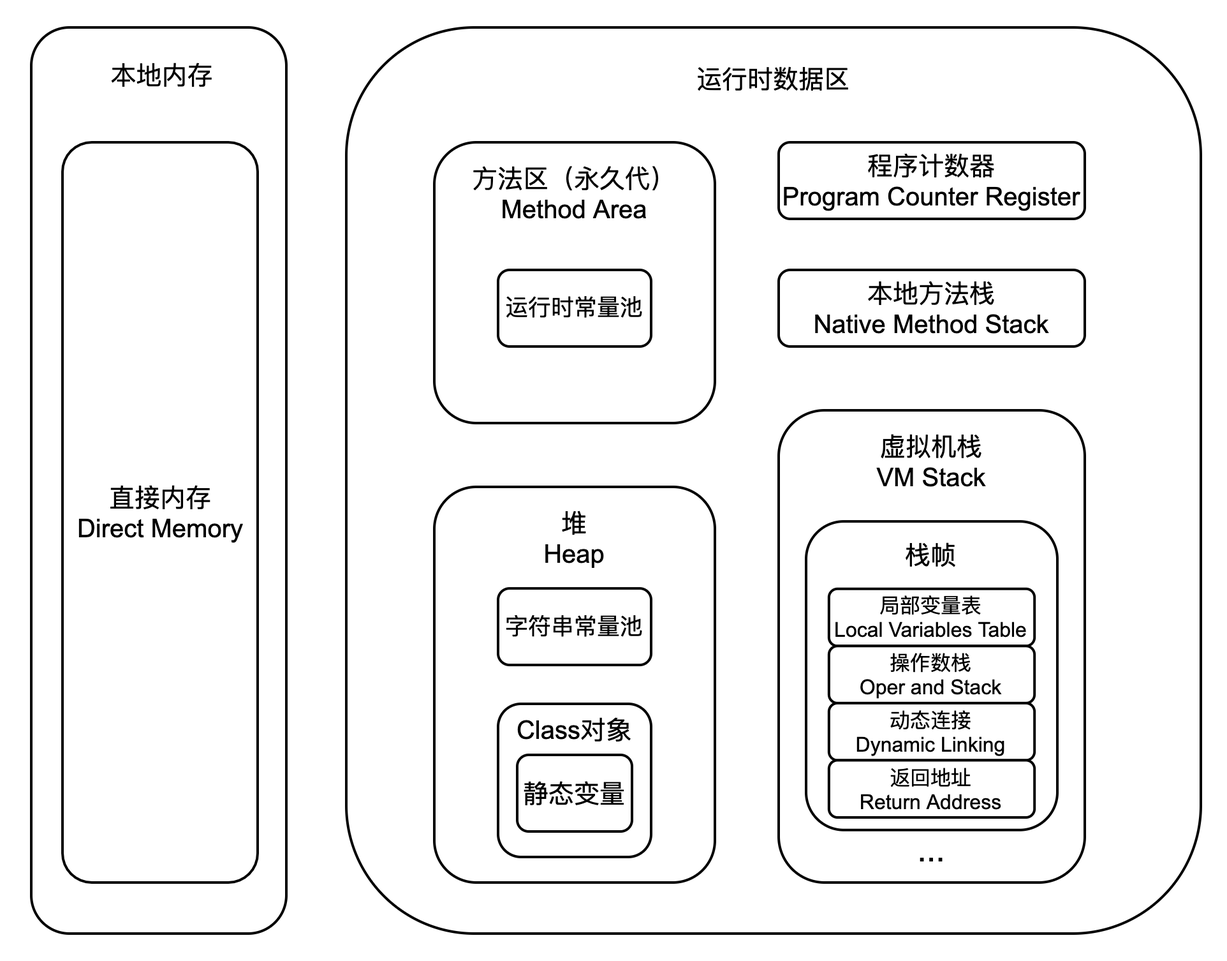
Before: src/notes/jvm/image/JVM内存区域-JDK1.7.png, a diagram exported from draw.io (piaolingluo/piaolingluo.github.io). Source tidied: cells renumbered, new cells last; positions are measured from the earlier drawing's top-left corner, leaving out a move shared by most shapes. Source of this version:
```xml
<mxGraphModel>
  <root>
    <mxCell id="0" />
    <mxCell id="1" parent="0" />
    <mxCell id="2" style="rounded=1;whiteSpace=wrap;html=1;fontSize=20;" parent="1" vertex="1">
      <mxGeometry x="250" width="670" height="710" as="geometry" />
    </mxCell>
    <mxCell id="3" style="group;" parent="1" vertex="1">
      <mxGeometry x="319" y="360" width="220" height="310" as="geometry" />
    </mxCell>
    <mxCell id="4" style="rounded=1;whiteSpace=wrap;html=1;" parent="3" vertex="1">
      <mxGeometry width="220" height="310" as="geometry" />
    </mxCell>
    <mxCell id="5" value="&lt;font style=&quot;font-size: 20px&quot;&gt;堆&lt;br&gt;Heap&lt;br&gt;&lt;/font&gt;" style="text;html=1;strokeColor=none;fillColor=none;align=center;verticalAlign=middle;whiteSpace=wrap;rounded=0;" parent="3" vertex="1">
      <mxGeometry x="50" width="120" height="79.5" as="geometry" />
    </mxCell>
    <mxCell id="6" style="rounded=1;whiteSpace=wrap;html=1;fontSize=20;" parent="3" vertex="1">
      <mxGeometry x="50" y="170" width="120" height="120" as="geometry" />
    </mxCell>
    <mxCell id="7" style="group;" parent="3" vertex="1">
      <mxGeometry x="25" y="79.5" width="170" height="60" as="geometry" />
    </mxCell>
    <mxCell id="8" style="rounded=1;whiteSpace=wrap;html=1;" parent="7" vertex="1">
      <mxGeometry x="25" width="120" height="60" as="geometry" />
    </mxCell>
    <mxCell id="9" value="&lt;font style=&quot;font-size: 18px&quot;&gt;字符串常量池&lt;/font&gt;" style="text;html=1;strokeColor=none;fillColor=none;align=center;verticalAlign=middle;whiteSpace=wrap;rounded=0;" parent="7" vertex="1">
      <mxGeometry width="170" height="60" as="geometry" />
    </mxCell>
    <mxCell id="10" value="Class对象" style="text;html=1;strokeColor=none;fillColor=none;align=center;verticalAlign=middle;whiteSpace=wrap;rounded=0;fontSize=20;" parent="3" vertex="1">
      <mxGeometry x="50" y="160" width="120" height="60" as="geometry" />
    </mxCell>
    <mxCell id="11" value="静态变量" style="rounded=1;whiteSpace=wrap;html=1;fontSize=20;" parent="3" vertex="1">
      <mxGeometry x="65" y="210" width="90" height="60" as="geometry" />
    </mxCell>
    <mxCell id="12" style="group;" parent="1" vertex="1">
      <mxGeometry x="319" y="90" width="220" height="220" as="geometry" />
    </mxCell>
    <mxCell id="13" style="rounded=1;whiteSpace=wrap;html=1;" parent="12" vertex="1">
      <mxGeometry width="220" height="220" as="geometry" />
    </mxCell>
    <mxCell id="14" value="&lt;font style=&quot;font-size: 20px&quot;&gt;方法区（永久代）&lt;br&gt;Method Area&lt;br&gt;&lt;/font&gt;" style="text;html=1;strokeColor=none;fillColor=none;align=center;verticalAlign=middle;whiteSpace=wrap;rounded=0;" parent="12" vertex="1">
      <mxGeometry x="15" y="10" width="190" height="60" as="geometry" />
    </mxCell>
    <mxCell id="15" style="group;" parent="12" vertex="1">
      <mxGeometry x="25" y="100" width="170" height="60" as="geometry" />
    </mxCell>
    <mxCell id="16" style="rounded=1;whiteSpace=wrap;html=1;" parent="15" vertex="1">
      <mxGeometry x="25" width="120" height="60" as="geometry" />
    </mxCell>
    <mxCell id="17" value="&lt;font style=&quot;font-size: 18px&quot;&gt;运行时常量池&lt;/font&gt;" style="text;html=1;strokeColor=none;fillColor=none;align=center;verticalAlign=middle;whiteSpace=wrap;rounded=0;" parent="15" vertex="1">
      <mxGeometry width="170" height="60" as="geometry" />
    </mxCell>
    <mxCell id="18" value="本地方法栈&lt;br&gt;Native Method Stack" style="rounded=1;whiteSpace=wrap;html=1;fontSize=20;" parent="1" vertex="1">
      <mxGeometry x="589" y="190" width="240" height="60" as="geometry" />
    </mxCell>
    <mxCell id="19" value="程序计数器&lt;br&gt;Program Counter Register" style="rounded=1;whiteSpace=wrap;html=1;fontSize=20;" parent="1" vertex="1">
      <mxGeometry x="589" y="90" width="240" height="60" as="geometry" />
    </mxCell>
    <mxCell id="20" style="group;" parent="1" vertex="1">
      <mxGeometry x="589" y="300" width="240" height="375" as="geometry" />
    </mxCell>
    <mxCell id="21" style="rounded=1;whiteSpace=wrap;html=1;fontSize=20;" parent="20" vertex="1">
      <mxGeometry width="240" height="370" as="geometry" />
    </mxCell>
    <mxCell id="22" style="group;" parent="20" vertex="1">
      <mxGeometry x="21.5" y="86.1" width="197" height="288.9" as="geometry" />
    </mxCell>
    <mxCell id="23" style="rounded=1;whiteSpace=wrap;html=1;" parent="22" vertex="1">
      <mxGeometry y="0.9" width="197" height="241.8" as="geometry" />
    </mxCell>
    <mxCell id="24" value="&lt;font style=&quot;font-size: 16px&quot;&gt;局部变量表&lt;br&gt;Local Variables Table&lt;br&gt;&lt;/font&gt;" style="rounded=1;whiteSpace=wrap;html=1;" parent="22" vertex="1">
      <mxGeometry x="17.9" y="53.7" width="161.2" height="44.8" as="geometry" />
    </mxCell>
    <mxCell id="25" value="&lt;font style=&quot;font-size: 16px&quot;&gt;操作数栈&lt;br&gt;Oper and Stack&lt;br&gt;&lt;/font&gt;" style="rounded=1;whiteSpace=wrap;html=1;" parent="22" vertex="1">
      <mxGeometry x="17.9" y="98.5" width="161.2" height="44.8" as="geometry" />
    </mxCell>
    <mxCell id="26" value="&lt;font style=&quot;font-size: 16px&quot;&gt;动态连接&lt;br&gt;Dynamic Linking&lt;br&gt;&lt;/font&gt;" style="rounded=1;whiteSpace=wrap;html=1;" parent="22" vertex="1">
      <mxGeometry x="17.9" y="143.3" width="161.2" height="44.8" as="geometry" />
    </mxCell>
    <mxCell id="27" value="&lt;font style=&quot;font-size: 16px&quot;&gt;返回地址&lt;br&gt;Return Address&lt;br&gt;&lt;/font&gt;" style="rounded=1;whiteSpace=wrap;html=1;" parent="22" vertex="1">
      <mxGeometry x="17.9" y="188.1" width="161.2" height="44.8" as="geometry" />
    </mxCell>
    <mxCell id="28" value="栈帧" style="text;html=1;strokeColor=none;fillColor=none;align=center;verticalAlign=middle;whiteSpace=wrap;rounded=0;fontSize=20;" parent="22" vertex="1">
      <mxGeometry x="44.8" width="107.5" height="53.7" as="geometry" />
    </mxCell>
    <mxCell id="29" value="&lt;font style=&quot;font-size: 26px&quot;&gt;...&lt;/font&gt;" style="text;html=1;strokeColor=none;fillColor=none;align=center;verticalAlign=middle;whiteSpace=wrap;rounded=0;fontSize=20;" parent="22" vertex="1">
      <mxGeometry x="38.5" y="228.9" width="120" height="60" as="geometry" />
    </mxCell>
    <mxCell id="30" value="虚拟机栈&lt;br&gt;VM Stack" style="text;html=1;strokeColor=none;fillColor=none;align=center;verticalAlign=middle;whiteSpace=wrap;rounded=0;fontSize=20;" parent="20" vertex="1">
      <mxGeometry x="60" y="10" width="120" height="60" as="geometry" />
    </mxCell>
    <mxCell id="31" value="运行时数据区" style="text;html=1;strokeColor=none;fillColor=none;align=center;verticalAlign=middle;whiteSpace=wrap;rounded=0;fontSize=20;" parent="1" vertex="1">
      <mxGeometry x="515" y="10" width="140" height="60" as="geometry" />
    </mxCell>
    <mxCell id="32" style="group;" parent="1" vertex="1">
      <mxGeometry width="200" height="710" as="geometry" />
    </mxCell>
    <mxCell id="33" style="group;" parent="32" vertex="1">
      <mxGeometry x="3" width="200" height="710" as="geometry" />
    </mxCell>
    <mxCell id="34" style="rounded=1;whiteSpace=wrap;html=1;" parent="33" vertex="1">
      <mxGeometry width="200" height="710" as="geometry" />
    </mxCell>
    <mxCell id="35" value="&amp;nbsp;本地内存" style="text;html=1;strokeColor=none;fillColor=none;align=center;verticalAlign=middle;whiteSpace=wrap;rounded=0;fontSize=20;" parent="33" vertex="1">
      <mxGeometry x="30" width="140" height="73.4" as="geometry" />
    </mxCell>
    <mxCell id="36" value="&lt;span&gt;直接内存&lt;/span&gt;&lt;br&gt;&lt;span&gt;Direct Memory&lt;/span&gt;" style="rounded=1;whiteSpace=wrap;html=1;fontSize=20;" parent="32" vertex="1">
      <mxGeometry x="27.5" y="90" width="153" height="580" as="geometry" />
    </mxCell>
  </root>
</mxGraphModel>
```
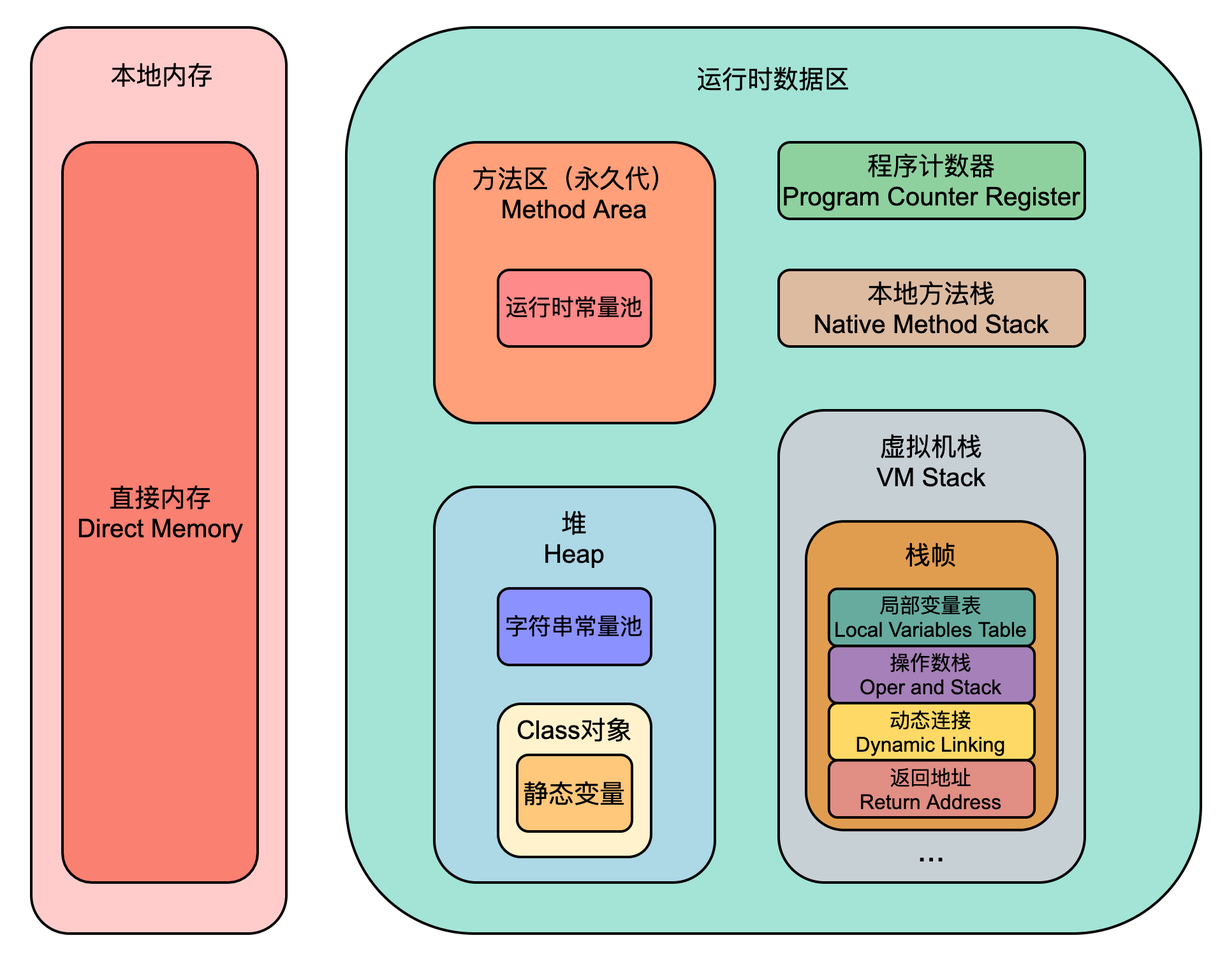
Above is the later version.

Diff of the diagram source:
```diff
@@ -1,83 +1,38 @@
 <mxGraphModel>
   <root>
-    <mxCell id="0" />
-    <mxCell id="1" parent="0" />
-    <mxCell id="2" style="rounded=1;whiteSpace=wrap;html=1;fontSize=20;" parent="1" vertex="1">
-      <mxGeometry x="250" width="670" height="710" as="geometry" />
-    </mxCell>
-    <mxCell id="3" style="group;" parent="1" vertex="1">
-      <mxGeometry x="319" y="360" width="220" height="310" as="geometry" />
-    </mxCell>
-    <mxCell id="4" style="rounded=1;whiteSpace=wrap;html=1;" parent="3" vertex="1">
-      <mxGeometry width="220" height="310" as="geometry" />
-    </mxCell>
-    <mxCell id="5" value="&lt;font style=&quot;font-size: 20px&quot;&gt;堆&lt;br&gt;Heap&lt;br&gt;&lt;/font&gt;" style="text;html=1;strokeColor=none;fillColor=none;align=center;verticalAlign=middle;whiteSpace=wrap;rounded=0;" parent="3" vertex="1">
-      <mxGeometry x="50" width="120" height="79.5" as="geometry" />
-    </mxCell>
-    <mxCell id="6" style="rounded=1;whiteSpace=wrap;html=1;fontSize=20;" parent="3" vertex="1">
-      <mxGeometry x="50" y="170" width="120" height="120" as="geometry" />
-    </mxCell>
-    <mxCell id="7" style="group;" parent="3" vertex="1">
-      <mxGeometry x="25" y="79.5" width="170" height="60" as="geometry" />
-    </mxCell>
-    <mxCell id="8" style="rounded=1;whiteSpace=wrap;html=1;" parent="7" vertex="1">
-      <mxGeometry x="25" width="120" height="60" as="geometry" />
-    </mxCell>
-    <mxCell id="9" value="&lt;font style=&quot;font-size: 18px&quot;&gt;字符串常量池&lt;/font&gt;" style="text;html=1;strokeColor=none;fillColor=none;align=center;verticalAlign=middle;whiteSpace=wrap;rounded=0;" parent="7" vertex="1">
-      <mxGeometry width="170" height="60" as="geometry" />
-    </mxCell>
-    <mxCell id="10" value="Class对象" style="text;html=1;strokeColor=none;fillColor=none;align=center;verticalAlign=middle;whiteSpace=wrap;rounded=0;fontSize=20;" parent="3" vertex="1">
-      <mxGeometry x="50" y="160" width="120" height="60" as="geometry" />
-    </mxCell>
-    <mxCell id="11" value="静态变量" style="rounded=1;whiteSpace=wrap;html=1;fontSize=20;" parent="3" vertex="1">
-      <mxGeometry x="65" y="210" width="90" height="60" as="geometry" />
-    </mxCell>
-    <mxCell id="12" style="group;" parent="1" vertex="1">
-      <mxGeometry x="319" y="90" width="220" height="220" as="geometry" />
-    </mxCell>
-    <mxCell id="13" style="rounded=1;whiteSpace=wrap;html=1;" parent="12" vertex="1">
-      <mxGeometry width="220" height="220" as="geometry" />
-    </mxCell>
-    <mxCell id="14" value="&lt;font style=&quot;font-size: 20px&quot;&gt;方法区（永久代）&lt;br&gt;Method Area&lt;br&gt;&lt;/font&gt;" style="text;html=1;strokeColor=none;fillColor=none;align=center;verticalAlign=middle;whiteSpace=wrap;rounded=0;" parent="12" vertex="1">
-      <mxGeometry x="15" y="10" width="190" height="60" as="geometry" />
-    </mxCell>
-    <mxCell id="15" style="group;" parent="12" vertex="1">
-      <mxGeometry x="25" y="100" width="170" height="60" as="geometry" />
-    </mxCell>
-    <mxCell id="16" style="rounded=1;whiteSpace=wrap;html=1;" parent="15" vertex="1">
-      <mxGeometry x="25" width="120" height="60" as="geometry" />
-    </mxCell>
-    <mxCell id="17" value="&lt;font style=&quot;font-size: 18px&quot;&gt;运行时常量池&lt;/font&gt;" style="text;html=1;strokeColor=none;fillColor=none;align=center;verticalAlign=middle;whiteSpace=wrap;rounded=0;" parent="15" vertex="1">
-      <mxGeometry width="170" height="60" as="geometry" />
-    </mxCell>
+    <mxCell id="37" />
+    <mxCell id="38" parent="37" />
+    <mxCell id="39" style="rounded=1;whiteSpace=wrap;html=1;fontSize=20;fillColor=#A3E4D7;" parent="38" vertex="1">
+      <mxGeometry x="250" width="670" height="710" as="geometry" />
+    </mxCell>
-    <mxCell id="18" value="本地方法栈&lt;br&gt;Native Method Stack" style="rounded=1;whiteSpace=wrap;html=1;fontSize=20;" parent="1" vertex="1">
+    <mxCell id="18" value="本地方法栈&lt;br&gt;Native Method Stack" style="rounded=1;whiteSpace=wrap;html=1;fontSize=20;fillColor=#DCBBA1;" parent="38" vertex="1">
       <mxGeometry x="589" y="190" width="240" height="60" as="geometry" />
     </mxCell>
-    <mxCell id="19" value="程序计数器&lt;br&gt;Program Counter Register" style="rounded=1;whiteSpace=wrap;html=1;fontSize=20;" parent="1" vertex="1">
+    <mxCell id="19" value="程序计数器&lt;br&gt;Program Counter Register" style="rounded=1;whiteSpace=wrap;html=1;fontSize=20;fillColor=#8ED19F;" parent="38" vertex="1">
       <mxGeometry x="589" y="90" width="240" height="60" as="geometry" />
     </mxCell>
-    <mxCell id="20" style="group;" parent="1" vertex="1">
+    <mxCell id="20" style="group;" parent="38" vertex="1">
       <mxGeometry x="589" y="300" width="240" height="375" as="geometry" />
     </mxCell>
-    <mxCell id="21" style="rounded=1;whiteSpace=wrap;html=1;fontSize=20;" parent="20" vertex="1">
-      <mxGeometry width="240" height="370" as="geometry" />
-    </mxCell>
+    <mxCell id="40" style="rounded=1;whiteSpace=wrap;html=1;fontSize=20;fillColor=#C7D0D5;" parent="20" vertex="1">
+      <mxGeometry width="240" height="370" as="geometry" />
+    </mxCell>
     <mxCell id="22" style="group;" parent="20" vertex="1">
       <mxGeometry x="21.5" y="86.1" width="197" height="288.9" as="geometry" />
     </mxCell>
-    <mxCell id="23" style="rounded=1;whiteSpace=wrap;html=1;" parent="22" vertex="1">
-      <mxGeometry y="0.9" width="197" height="241.8" as="geometry" />
-    </mxCell>
+    <mxCell id="41" style="rounded=1;whiteSpace=wrap;html=1;fillColor=#E19D4F;" parent="22" vertex="1">
+      <mxGeometry y="0.9" width="197" height="241.8" as="geometry" />
+    </mxCell>
-    <mxCell id="24" value="&lt;font style=&quot;font-size: 16px&quot;&gt;局部变量表&lt;br&gt;Local Variables Table&lt;br&gt;&lt;/font&gt;" style="rounded=1;whiteSpace=wrap;html=1;" parent="22" vertex="1">
+    <mxCell id="24" value="&lt;font style=&quot;font-size: 16px&quot;&gt;局部变量表&lt;br&gt;Local Variables Table&lt;br&gt;&lt;/font&gt;" style="rounded=1;whiteSpace=wrap;html=1;fillColor=#67AB9F;" parent="22" vertex="1">
       <mxGeometry x="17.9" y="53.7" width="161.2" height="44.8" as="geometry" />
     </mxCell>
-    <mxCell id="25" value="&lt;font style=&quot;font-size: 16px&quot;&gt;操作数栈&lt;br&gt;Oper and Stack&lt;br&gt;&lt;/font&gt;" style="rounded=1;whiteSpace=wrap;html=1;" parent="22" vertex="1">
+    <mxCell id="25" value="&lt;font style=&quot;font-size: 16px&quot;&gt;操作数栈&lt;br&gt;Oper and Stack&lt;br&gt;&lt;/font&gt;" style="rounded=1;whiteSpace=wrap;html=1;fillColor=#A680B8;" parent="22" vertex="1">
       <mxGeometry x="17.9" y="98.5" width="161.2" height="44.8" as="geometry" />
     </mxCell>
-    <mxCell id="26" value="&lt;font style=&quot;font-size: 16px&quot;&gt;动态连接&lt;br&gt;Dynamic Linking&lt;br&gt;&lt;/font&gt;" style="rounded=1;whiteSpace=wrap;html=1;" parent="22" vertex="1">
+    <mxCell id="26" value="&lt;font style=&quot;font-size: 16px&quot;&gt;动态连接&lt;br&gt;Dynamic Linking&lt;br&gt;&lt;/font&gt;" style="rounded=1;whiteSpace=wrap;html=1;fillColor=#FFD966;" parent="22" vertex="1">
       <mxGeometry x="17.9" y="143.3" width="161.2" height="44.8" as="geometry" />
     </mxCell>
-    <mxCell id="27" value="&lt;font style=&quot;font-size: 16px&quot;&gt;返回地址&lt;br&gt;Return Address&lt;br&gt;&lt;/font&gt;" style="rounded=1;whiteSpace=wrap;html=1;" parent="22" vertex="1">
+    <mxCell id="27" value="&lt;font style=&quot;font-size: 16px&quot;&gt;返回地址&lt;br&gt;Return Address&lt;br&gt;&lt;/font&gt;" style="rounded=1;whiteSpace=wrap;html=1;fillColor=#E18E85;" parent="22" vertex="1">
       <mxGeometry x="17.9" y="188.1" width="161.2" height="44.8" as="geometry" />
     </mxCell>
     <mxCell id="28" value="栈帧" style="text;html=1;strokeColor=none;fillColor=none;align=center;verticalAlign=middle;whiteSpace=wrap;rounded=0;fontSize=20;" parent="22" vertex="1">
@@ -89,23 +44,56 @@
     <mxCell id="30" value="虚拟机栈&lt;br&gt;VM Stack" style="text;html=1;strokeColor=none;fillColor=none;align=center;verticalAlign=middle;whiteSpace=wrap;rounded=0;fontSize=20;" parent="20" vertex="1">
       <mxGeometry x="60" y="10" width="120" height="60" as="geometry" />
     </mxCell>
-    <mxCell id="31" value="运行时数据区" style="text;html=1;strokeColor=none;fillColor=none;align=center;verticalAlign=middle;whiteSpace=wrap;rounded=0;fontSize=20;" parent="1" vertex="1">
+    <mxCell id="31" value="运行时数据区" style="text;html=1;strokeColor=none;fillColor=none;align=center;verticalAlign=middle;whiteSpace=wrap;rounded=0;fontSize=20;" parent="38" vertex="1">
       <mxGeometry x="515" y="10" width="140" height="60" as="geometry" />
     </mxCell>
-    <mxCell id="32" style="group;" parent="1" vertex="1">
+    <mxCell id="32" style="group;" parent="38" vertex="1">
       <mxGeometry width="200" height="710" as="geometry" />
     </mxCell>
     <mxCell id="33" style="group;" parent="32" vertex="1">
       <mxGeometry x="3" width="200" height="710" as="geometry" />
     </mxCell>
-    <mxCell id="34" style="rounded=1;whiteSpace=wrap;html=1;" parent="33" vertex="1">
-      <mxGeometry width="200" height="710" as="geometry" />
-    </mxCell>
+    <mxCell id="42" style="rounded=1;whiteSpace=wrap;html=1;fillColor=#FFCCCB;" parent="33" vertex="1">
+      <mxGeometry width="200" height="710" as="geometry" />
+    </mxCell>
     <mxCell id="35" value="&amp;nbsp;本地内存" style="text;html=1;strokeColor=none;fillColor=none;align=center;verticalAlign=middle;whiteSpace=wrap;rounded=0;fontSize=20;" parent="33" vertex="1">
       <mxGeometry x="30" width="140" height="73.4" as="geometry" />
     </mxCell>
-    <mxCell id="36" value="&lt;span&gt;直接内存&lt;/span&gt;&lt;br&gt;&lt;span&gt;Direct Memory&lt;/span&gt;" style="rounded=1;whiteSpace=wrap;html=1;fontSize=20;" parent="32" vertex="1">
+    <mxCell id="36" value="&lt;span&gt;直接内存&lt;/span&gt;&lt;br&gt;&lt;span&gt;Direct Memory&lt;/span&gt;" style="rounded=1;whiteSpace=wrap;html=1;fontSize=20;fillColor=#FA8072;" parent="32" vertex="1">
       <mxGeometry x="27.5" y="90" width="153" height="580" as="geometry" />
     </mxCell>
+    <mxCell id="12" style="group;" parent="38" vertex="1">
+      <mxGeometry x="319" y="90" width="220" height="220" as="geometry" />
+    </mxCell>
+    <mxCell id="43" style="rounded=1;whiteSpace=wrap;html=1;fillColor=#FFA07A;" parent="12" vertex="1">
+      <mxGeometry width="220" height="220" as="geometry" />
+    </mxCell>
+    <mxCell id="14" value="&lt;font style=&quot;font-size: 20px&quot;&gt;方法区（永久代）&lt;br&gt;Method Area&lt;br&gt;&lt;/font&gt;" style="text;html=1;strokeColor=none;fillColor=none;align=center;verticalAlign=middle;whiteSpace=wrap;rounded=0;" parent="12" vertex="1">
+      <mxGeometry x="15" y="10" width="190" height="60" as="geometry" />
+    </mxCell>
+    <mxCell id="17" value="&lt;span style=&quot;font-size: 18px&quot;&gt;运行时常量池&lt;/span&gt;" style="rounded=1;whiteSpace=wrap;html=1;fillColor=#FF8A8A;" parent="12" vertex="1">
+      <mxGeometry x="50" y="100" width="120" height="60" as="geometry" />
+    </mxCell>
+    <mxCell id="3" style="group;" parent="38" vertex="1">
+      <mxGeometry x="319" y="360" width="220" height="310" as="geometry" />
+    </mxCell>
+    <mxCell id="44" style="rounded=1;whiteSpace=wrap;html=1;fillColor=#ADD8E6;" parent="3" vertex="1">
+      <mxGeometry width="220" height="310" as="geometry" />
+    </mxCell>
+    <mxCell id="5" value="&lt;font style=&quot;font-size: 20px&quot;&gt;堆&lt;br&gt;Heap&lt;br&gt;&lt;/font&gt;" style="text;html=1;strokeColor=none;fillColor=none;align=center;verticalAlign=middle;whiteSpace=wrap;rounded=0;" parent="3" vertex="1">
+      <mxGeometry x="50" width="120" height="79.5" as="geometry" />
+    </mxCell>
+    <mxCell id="45" style="rounded=1;whiteSpace=wrap;html=1;fontSize=20;fillColor=#FFF2CC;" parent="3" vertex="1">
+      <mxGeometry x="50" y="170" width="120" height="120" as="geometry" />
+    </mxCell>
+    <mxCell id="10" value="Class对象" style="text;html=1;strokeColor=none;fillColor=none;align=center;verticalAlign=middle;whiteSpace=wrap;rounded=0;fontSize=20;" parent="3" vertex="1">
+      <mxGeometry x="50" y="160" width="120" height="60" as="geometry" />
+    </mxCell>
+    <mxCell id="11" value="静态变量" style="rounded=1;whiteSpace=wrap;html=1;fontSize=20;fillColor=#FFC87B;" parent="3" vertex="1">
+      <mxGeometry x="65" y="210" width="90" height="60" as="geometry" />
+    </mxCell>
+    <mxCell id="9" value="&lt;span style=&quot;font-size: 18px&quot;&gt;字符串常量池&lt;/span&gt;" style="rounded=1;whiteSpace=wrap;html=1;fillColor=#8B91FF;" parent="3" vertex="1">
+      <mxGeometry x="50" y="79.5" width="120" height="60" as="geometry" />
+    </mxCell>
   </root>
 </mxGraphModel>
```
